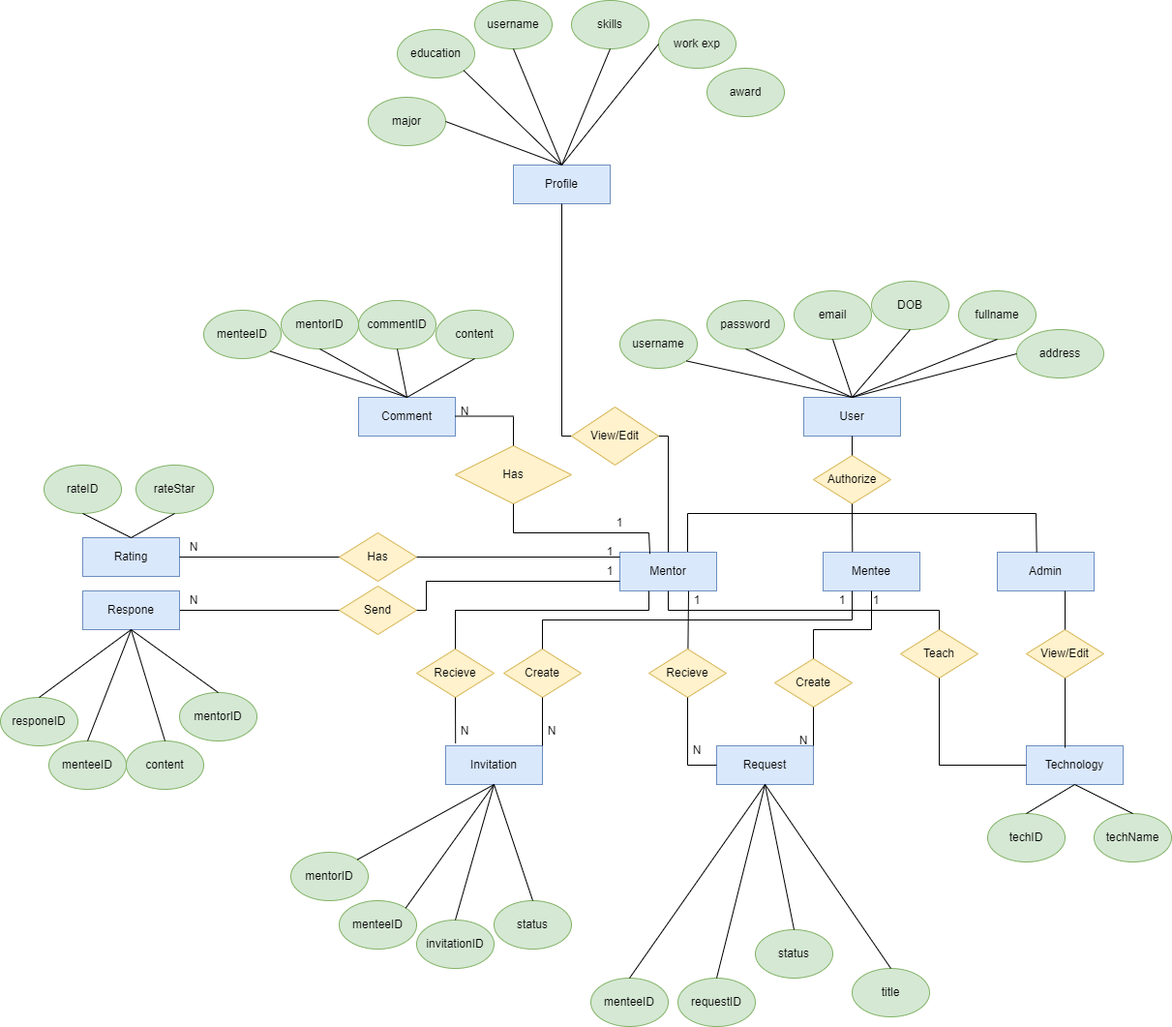
The draw.io diagram ERD.drawio.png in dungdt23/SWP391_Document, before a commit. Source tidied: cells renumbered, new cells last; positions are measured from the earlier drawing's top-left corner, leaving out a move shared by most shapes.
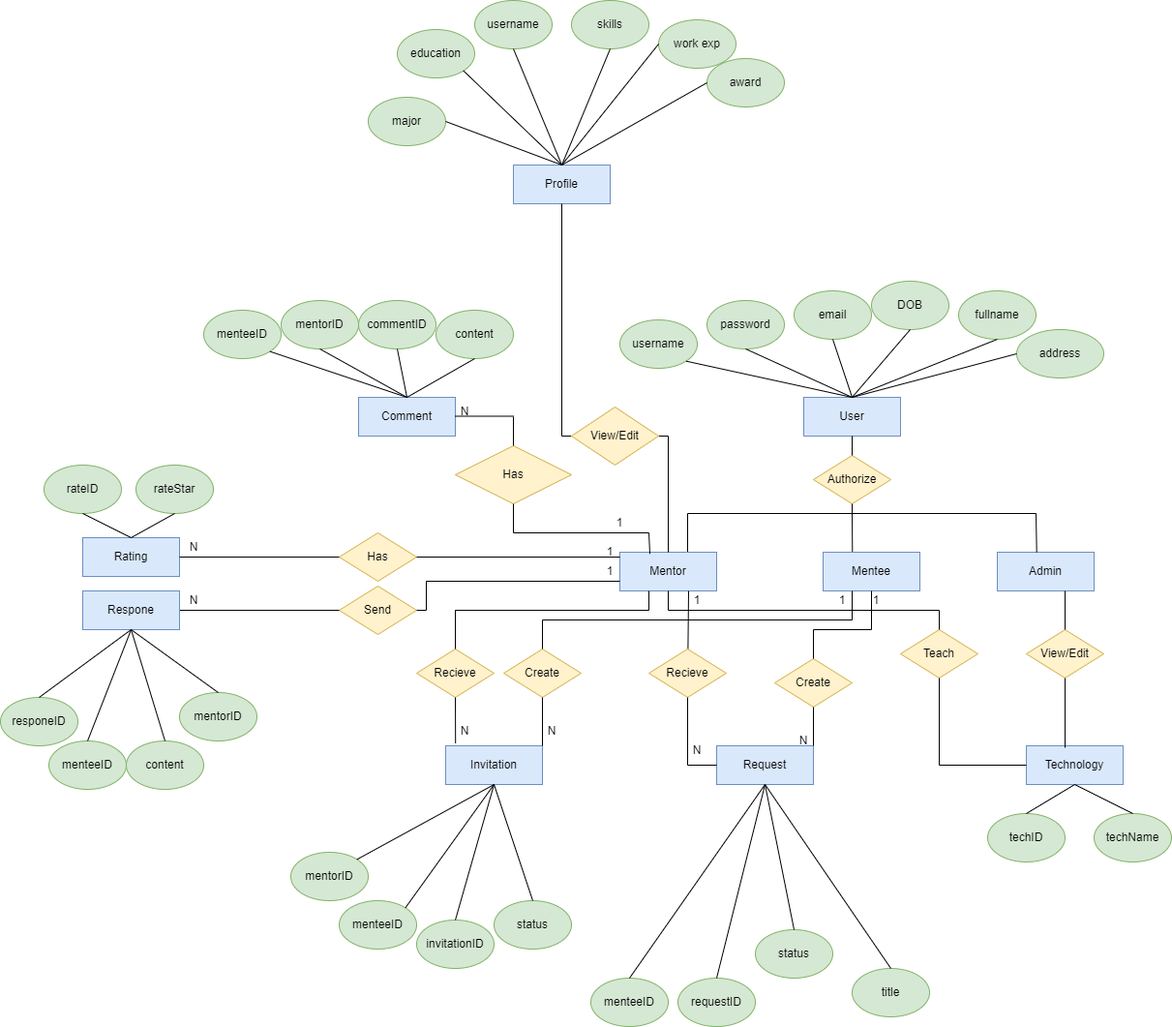
Above is the later version.

The edit, as a diff of the source:
```diff
@@ -502,7 +502,7 @@
       <mxGeometry relative="1" as="geometry" />
     </mxCell>
     <mxCell id="140" value="award" style="ellipse;whiteSpace=wrap;html=1;align=center;fillColor=#d5e8d4;strokeColor=#82b366;" parent="1" vertex="1">
-      <mxGeometry x="730" y="70" width="80" height="50" as="geometry" />
+      <mxGeometry x="730" y="60" width="80" height="50" as="geometry" />
     </mxCell>
     <mxCell id="141" style="endArrow=none;html=1;rounded=0;entryX=1;entryY=1;entryDx=0;entryDy=0;exitX=0.5;exitY=0;exitDx=0;exitDy=0;" parent="1" edge="1" source="127" target="133">
       <mxGeometry relative="1" as="geometry" />
@@ -510,5 +510,8 @@
     <mxCell id="142" style="endArrow=none;html=1;rounded=0;entryX=1;entryY=0.5;entryDx=0;entryDy=0;exitX=0.5;exitY=0;exitDx=0;exitDy=0;" parent="1" edge="1" source="127" target="132">
       <mxGeometry relative="1" as="geometry" />
     </mxCell>
+    <mxCell id="143" style="endArrow=none;html=1;rounded=0;entryX=0;entryY=0.5;entryDx=0;entryDy=0;exitX=0.5;exitY=0;exitDx=0;exitDy=0;" parent="1" edge="1" source="127" target="140">
+      <mxGeometry relative="1" as="geometry" />
+    </mxCell>
   </root>
 </mxGraphModel>
```
